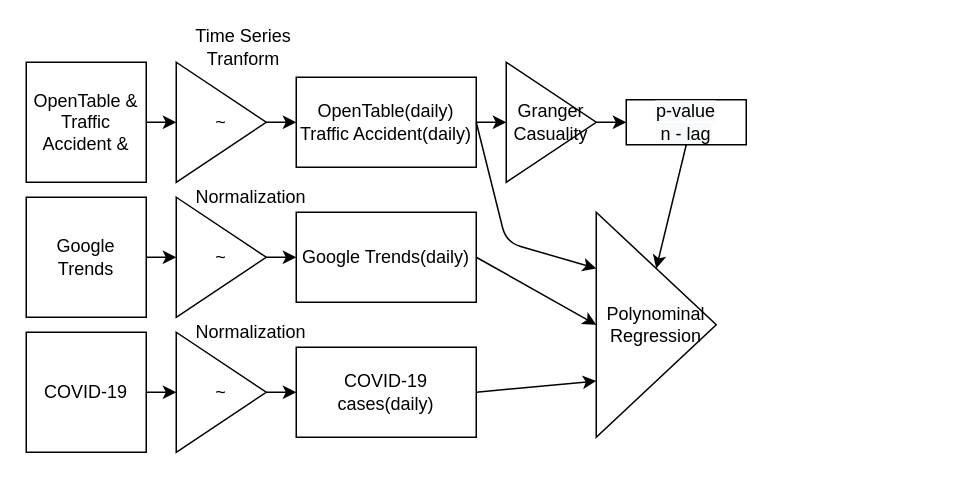
Earlier version of the draw.io diagram flowchart/modeling_flow.drawio (AllenMok/PAFall2020). Source tidied: cells renumbered, new cells numbered last; positions are measured from the earlier drawing's top-left corner, leaving out a move shared by most shapes. Both pictures are drawn from the tidied source at 150%, with x=0, y=0 at pixel (26, 32).
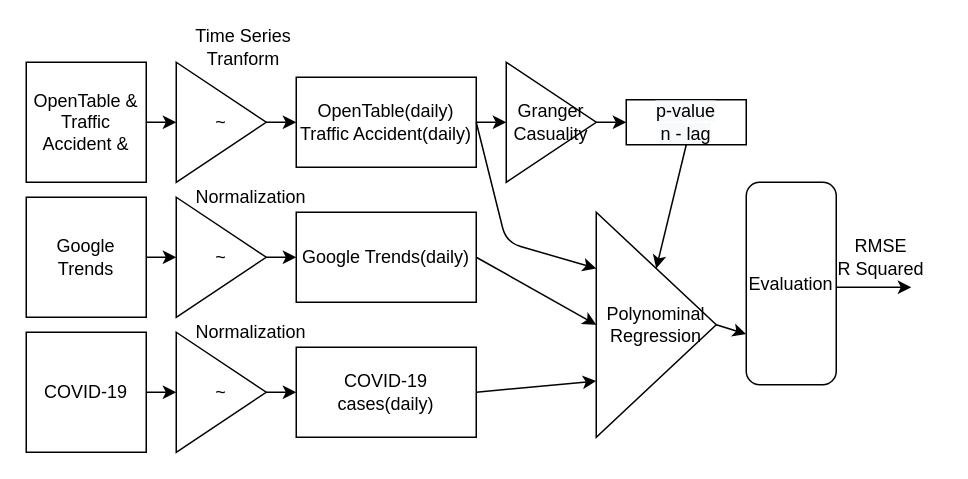
The same diagram, later.

What changed in the source:
```diff
@@
+    <mxCell id="29" style="endArrow=classic;html=1;entryX=0;entryY=0.75;entryDx=0;entryDy=0;" parent="1" edge="1" target="30">
+      <mxGeometry relative="1" as="geometry">
+        <mxPoint x="460" y="195" as="sourcePoint" />
+      </mxGeometry>
+    </mxCell>
+    <mxCell id="30" value="Evaluation" style="rounded=1;whiteSpace=wrap;html=1;" parent="1" vertex="1">
+      <mxGeometry x="480" y="100" width="60" height="135" as="geometry" />
+    </mxCell>
+    <mxCell id="31" style="endArrow=classic;html=1;" parent="1" edge="1">
+      <mxGeometry relative="1" as="geometry">
+        <mxPoint x="540" y="170" as="sourcePoint" />
+        <mxPoint x="590" y="170" as="targetPoint" />
+      </mxGeometry>
+    </mxCell>
+    <mxCell id="32" value="RMSE&lt;br&gt;R Squared" style="text;html=1;strokeColor=none;fillColor=none;align=center;verticalAlign=middle;whiteSpace=wrap;rounded=0;" parent="1" vertex="1">
+      <mxGeometry x="530" y="140" width="80" height="20" as="geometry" />
+    </mxCell>
```
